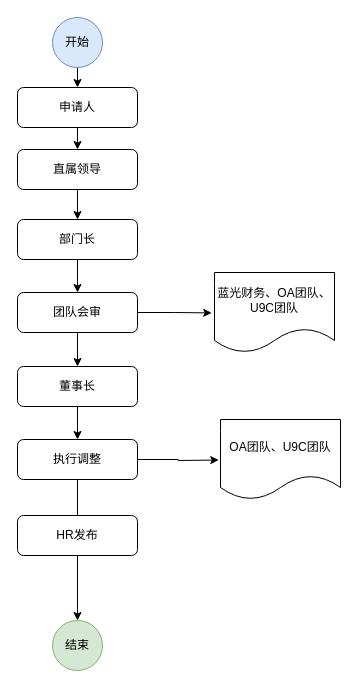
This is 部门调整申请单.drawio from pbm0802/GitIDEATest, a draw.io file, before an edit. Source tidied: cells renumbered, new cells numbered last; positions are measured from the earlier drawing's top-left corner, leaving out a move shared by most shapes. Both pictures are drawn from the tidied source at 100%, with x=0, y=0 at pixel (17, 17).
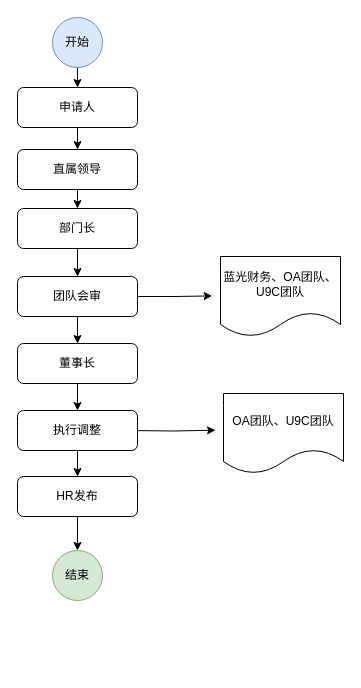
The same page after the edit.

Commit message:
更新部门调整申请单.drawio

What changed in the source:
```diff
@@
     <mxCell id="6" value="结束" style="ellipse;whiteSpace=wrap;html=1;fillColor=#d5e8d4;strokeColor=#82b366;" parent="1" vertex="1">
-      <mxGeometry x="35" y="603" width="50" height="50" as="geometry" />
+      <mxGeometry x="35" y="533" width="50" height="50" as="geometry" />
     </mxCell>
@@
     <mxCell id="10" value="董事长" style="rounded=1;whiteSpace=wrap;html=1;fontSize=12;glass=0;strokeWidth=1;shadow=0;" parent="1" vertex="1">
-      <mxGeometry y="349" width="120" height="40" as="geometry" />
+      <mxGeometry y="326" width="120" height="40" as="geometry" />
     </mxCell>
     <mxCell id="11" value="蓝光财务、OA团队、U9C团队" style="shape=document;whiteSpace=wrap;html=1;boundedLbl=1;" parent="1" vertex="1">
-      <mxGeometry x="197" y="255" width="120" height="80" as="geometry" />
+      <mxGeometry x="203" y="239" width="120" height="80" as="geometry" />
     </mxCell>
-    <mxCell id="12" style="edgeStyle=orthogonalEdgeStyle;rounded=0;jettySize=auto;html=1;exitX=0.5;exitY=1;exitDx=0;exitDy=0;entryX=0.5;entryY=0;entryDx=0;entryDy=0;" parent="1" edge="1" source="14" target="6">
-      <mxGeometry relative="1" as="geometry" />
-    </mxCell>
-    <mxCell id="13" style="edgeStyle=orthogonalEdgeStyle;rounded=0;jettySize=auto;html=1;exitX=1;exitY=0.5;exitDx=0;exitDy=0;" parent="1" edge="1" source="14">
-      <mxGeometry relative="1" as="geometry">
-        <mxPoint x="201.3" y="442.5" as="targetPoint" />
-      </mxGeometry>
-    </mxCell>
+    <mxCell id="22" style="edgeStyle=orthogonalEdgeStyle;rounded=0;orthogonalLoop=1;jettySize=auto;html=1;exitX=1;exitY=0.5;exitDx=0;exitDy=0;" parent="1" edge="1">
+      <mxGeometry relative="1" as="geometry">
+        <mxPoint x="112" y="413" as="sourcePoint" />
+        <mxPoint x="198" y="412.7" as="targetPoint" />
+      </mxGeometry>
+    </mxCell>
+    <mxCell id="23" style="edgeStyle=orthogonalEdgeStyle;rounded=0;jettySize=auto;html=1;exitX=0.5;exitY=1;exitDx=0;exitDy=0;entryX=0.5;entryY=0;entryDx=0;entryDy=0;" parent="1" edge="1" source="14" target="20">
+      <mxGeometry relative="1" as="geometry" />
+    </mxCell>
     <mxCell id="14" value="执行调整" style="rounded=1;whiteSpace=wrap;html=1;fontSize=12;glass=0;strokeWidth=1;shadow=0;" parent="1" vertex="1">
-      <mxGeometry y="422" width="120" height="40" as="geometry" />
+      <mxGeometry y="393" width="120" height="40" as="geometry" />
     </mxCell>
@@
     <mxCell id="16" value="部门长" style="rounded=1;whiteSpace=wrap;html=1;fontSize=12;glass=0;strokeWidth=1;shadow=0;" parent="1" vertex="1">
-      <mxGeometry y="202" width="120" height="40" as="geometry" />
+      <mxGeometry y="191" width="120" height="40" as="geometry" />
     </mxCell>
@@
-    <mxCell id="18" style="edgeStyle=orthogonalEdgeStyle;rounded=0;jettySize=auto;html=1;exitX=1;exitY=0.5;exitDx=0;exitDy=0;" parent="1" edge="1" source="19">
-      <mxGeometry relative="1" as="geometry">
-        <mxPoint x="194.2" y="295.4" as="targetPoint" />
-      </mxGeometry>
-    </mxCell>
+    <mxCell id="24" style="edgeStyle=orthogonalEdgeStyle;rounded=0;jettySize=auto;html=1;exitX=1;exitY=0.5;exitDx=0;exitDy=0;" parent="1" edge="1" source="19">
+      <mxGeometry relative="1" as="geometry">
+        <mxPoint x="194.6" y="278.4" as="targetPoint" />
+      </mxGeometry>
+    </mxCell>
     <mxCell id="19" value="团队会审" style="rounded=1;whiteSpace=wrap;html=1;fontSize=12;glass=0;strokeWidth=1;shadow=0;" parent="1" vertex="1">
-      <mxGeometry y="275" width="120" height="40" as="geometry" />
+      <mxGeometry y="259" width="120" height="40" as="geometry" />
     </mxCell>
+    <mxCell id="25" style="edgeStyle=orthogonalEdgeStyle;rounded=0;jettySize=auto;html=1;exitX=0.5;exitY=1;exitDx=0;exitDy=0;entryX=0.5;entryY=0;entryDx=0;entryDy=0;" parent="1" edge="1" source="20" target="6">
+      <mxGeometry relative="1" as="geometry" />
+    </mxCell>
     <mxCell id="20" value="HR发布" style="rounded=1;whiteSpace=wrap;html=1;fontSize=12;glass=0;strokeWidth=1;shadow=0;" parent="1" vertex="1">
-      <mxGeometry y="498" width="120" height="40" as="geometry" />
+      <mxGeometry y="459" width="120" height="40" as="geometry" />
     </mxCell>
     <mxCell id="21" value="OA团队、U9C团队" style="shape=document;whiteSpace=wrap;html=1;boundedLbl=1;" parent="1" vertex="1">
-      <mxGeometry x="203" y="402" width="120" height="80" as="geometry" />
+      <mxGeometry x="206" y="376" width="120" height="80" as="geometry" />
     </mxCell>
```
